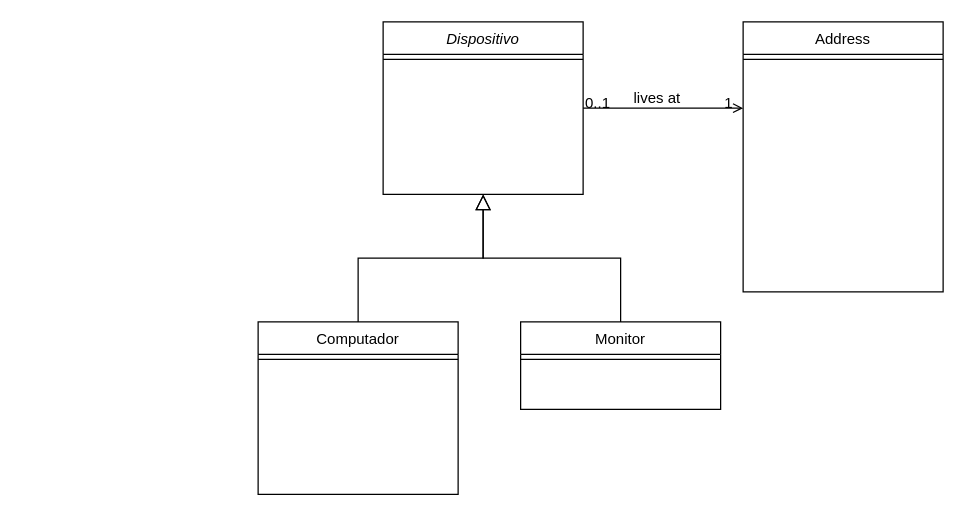
The draw.io diagram Diagrama sem nome.drawio in l-eduardo/dso_ufsc, before the edit. Source tidied: cells renumbered, new cells numbered last; positions are measured from the earlier drawing's top-left corner, leaving out a move shared by most shapes. Both pictures are drawn from the tidied source at 125%, with x=0, y=0 at pixel (258, 21).
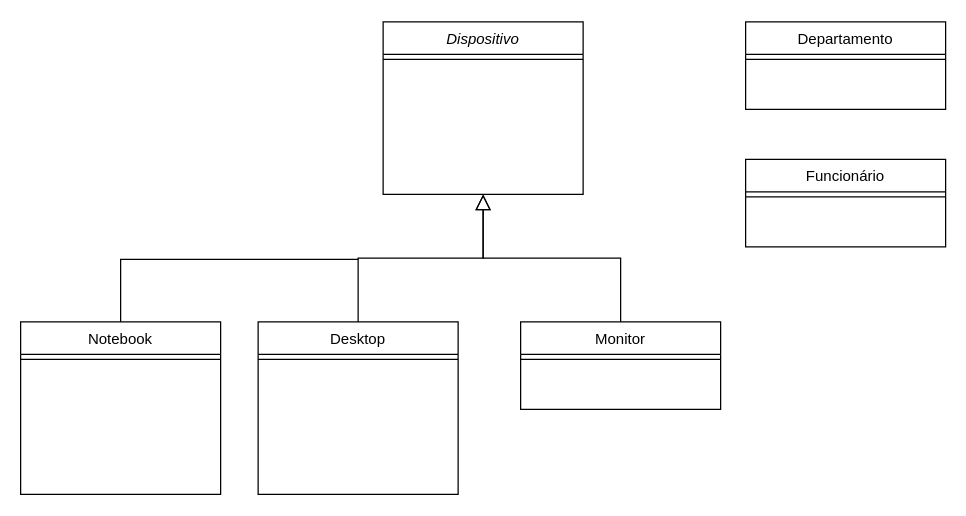
The same page after the edit.

Change to the diagram source:
```diff
@@
 <mxGraphModel>
   <root>
     <mxCell id="0" />
     <mxCell id="1" parent="0" />
     <mxCell id="2" value="Dispositivo" style="swimlane;fontStyle=2;align=center;verticalAlign=top;horizontal=1;startSize=26;rounded=0;shadow=0;strokeWidth=1;" parent="1" vertex="1">
       <mxGeometry x="100" width="160" height="138" as="geometry" />
     </mxCell>
     <mxCell id="3" style="line;html=1;strokeWidth=1;align=left;verticalAlign=middle;spacingTop=-1;spacingLeft=3;spacingRight=3;labelPosition=right;" parent="2" vertex="1">
       <mxGeometry y="26" width="160" height="8" as="geometry" />
     </mxCell>
-    <mxCell id="4" value="Computador" style="swimlane;fontStyle=0;align=center;verticalAlign=top;horizontal=1;startSize=26;rounded=0;shadow=0;strokeWidth=1;" parent="1" vertex="1">
+    <mxCell id="4" value="Desktop" style="swimlane;fontStyle=0;align=center;verticalAlign=top;horizontal=1;startSize=26;rounded=0;shadow=0;strokeWidth=1;" parent="1" vertex="1">
       <mxGeometry y="240" width="160" height="138" as="geometry" />
     </mxCell>
     <mxCell id="5" style="line;html=1;strokeWidth=1;align=left;verticalAlign=middle;spacingTop=-1;spacingLeft=3;spacingRight=3;labelPosition=right;" parent="4" vertex="1">
       <mxGeometry y="26" width="160" height="8" as="geometry" />
     </mxCell>
     <mxCell id="6" style="endArrow=block;endSize=10;endFill=0;shadow=0;strokeWidth=1;rounded=0;edgeStyle=elbowEdgeStyle;elbow=vertical;" parent="1" edge="1" source="4" target="2">
       <mxGeometry relative="1" as="geometry" />
     </mxCell>
     <mxCell id="7" value="Monitor" style="swimlane;fontStyle=0;align=center;verticalAlign=top;horizontal=1;startSize=26;rounded=0;shadow=0;strokeWidth=1;" parent="1" vertex="1">
       <mxGeometry x="210" y="240" width="160" height="70" as="geometry" />
     </mxCell>
     <mxCell id="8" style="line;html=1;strokeWidth=1;align=left;verticalAlign=middle;spacingTop=-1;spacingLeft=3;spacingRight=3;labelPosition=right;" parent="7" vertex="1">
       <mxGeometry y="26" width="160" height="8" as="geometry" />
     </mxCell>
     <mxCell id="9" style="endArrow=block;endSize=10;endFill=0;shadow=0;strokeWidth=1;rounded=0;edgeStyle=elbowEdgeStyle;elbow=vertical;" parent="1" edge="1" source="7" target="2">
       <mxGeometry relative="1" as="geometry" />
     </mxCell>
-    <mxCell id="10" value="Address" style="swimlane;fontStyle=0;align=center;verticalAlign=top;horizontal=1;startSize=26;rounded=0;shadow=0;strokeWidth=1;" parent="1" vertex="1">
-      <mxGeometry x="388" width="160" height="216" as="geometry" />
-    </mxCell>
-    <mxCell id="11" style="line;html=1;strokeWidth=1;align=left;verticalAlign=middle;spacingTop=-1;spacingLeft=3;spacingRight=3;labelPosition=right;" parent="10" vertex="1">
-      <mxGeometry y="26" width="160" height="8" as="geometry" />
-    </mxCell>
-    <mxCell id="12" style="endArrow=open;shadow=0;strokeWidth=1;rounded=0;endFill=1;edgeStyle=elbowEdgeStyle;elbow=vertical;" parent="1" edge="1" source="2" target="10">
-      <mxGeometry x="0.5" y="41" relative="1" as="geometry">
-        <mxPoint x="-40" y="32" as="offset" />
-      </mxGeometry>
-    </mxCell>
-    <mxCell id="13" value="0..1" style="align=left;verticalAlign=bottom;labelBackgroundColor=none;fontSize=12;" parent="12" vertex="1">
-      <mxGeometry x="-1" relative="1" as="geometry">
-        <mxPoint y="4" as="offset" />
-      </mxGeometry>
-    </mxCell>
-    <mxCell id="14" value="1" style="align=right;verticalAlign=bottom;labelBackgroundColor=none;fontSize=12;" parent="12" vertex="1">
-      <mxGeometry x="1" relative="1" as="geometry">
-        <mxPoint x="-7" y="4" as="offset" />
-      </mxGeometry>
-    </mxCell>
-    <mxCell id="15" value="lives at" style="text;html=1;align=center;verticalAlign=middle;labelBackgroundColor=none;rounded=0;shadow=0;strokeWidth=1;fontSize=12;" parent="12" vertex="1">
-      <mxGeometry x="0.5" y="49" relative="1" as="geometry">
-        <mxPoint x="-38" y="40" as="offset" />
-      </mxGeometry>
-    </mxCell>
+    <mxCell id="16" style="edgeStyle=orthogonalEdgeStyle;rounded=0;jettySize=auto;html=1;exitX=0.5;exitY=0;exitDx=0;exitDy=0;endArrow=none;endFill=0;" parent="1" edge="1" source="17">
+      <mxGeometry relative="1" as="geometry">
+        <mxPoint x="80" y="190" as="targetPoint" />
+        <Array as="points">
+          <mxPoint x="-110" y="190" />
+        </Array>
+      </mxGeometry>
+    </mxCell>
+    <mxCell id="17" value="Notebook" style="swimlane;fontStyle=0;align=center;verticalAlign=top;horizontal=1;startSize=26;rounded=0;shadow=0;strokeWidth=1;" parent="1" vertex="1">
+      <mxGeometry x="-190" y="240" width="160" height="138" as="geometry" />
+    </mxCell>
+    <mxCell id="18" style="line;html=1;strokeWidth=1;align=left;verticalAlign=middle;spacingTop=-1;spacingLeft=3;spacingRight=3;labelPosition=right;" parent="17" vertex="1">
+      <mxGeometry y="26" width="160" height="8" as="geometry" />
+    </mxCell>
+    <mxCell id="19" value="Departamento" style="swimlane;fontStyle=0;align=center;verticalAlign=top;horizontal=1;startSize=26;rounded=0;shadow=0;strokeWidth=1;" parent="1" vertex="1">
+      <mxGeometry x="390" width="160" height="70" as="geometry" />
+    </mxCell>
+    <mxCell id="20" style="line;html=1;strokeWidth=1;align=left;verticalAlign=middle;spacingTop=-1;spacingLeft=3;spacingRight=3;labelPosition=right;" parent="19" vertex="1">
+      <mxGeometry y="26" width="160" height="8" as="geometry" />
+    </mxCell>
+    <mxCell id="21" value="Funcionário" style="swimlane;fontStyle=0;align=center;verticalAlign=top;horizontal=1;startSize=26;rounded=0;shadow=0;strokeWidth=1;" parent="1" vertex="1">
+      <mxGeometry x="390" y="110" width="160" height="70" as="geometry" />
+    </mxCell>
+    <mxCell id="22" style="line;html=1;strokeWidth=1;align=left;verticalAlign=middle;spacingTop=-1;spacingLeft=3;spacingRight=3;labelPosition=right;" parent="21" vertex="1">
+      <mxGeometry y="26" width="160" height="8" as="geometry" />
+    </mxCell>
   </root>
 </mxGraphModel>
```
